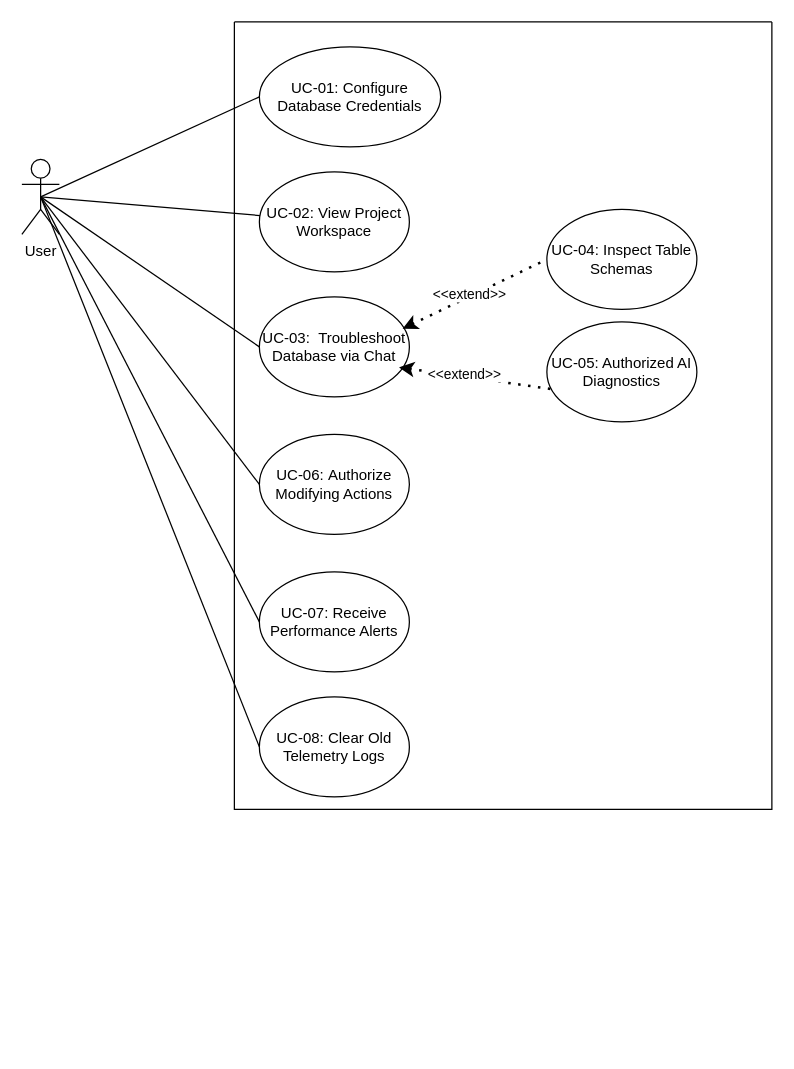
nittsuj/agentic-db-monitor keeps this draw.io diagram as docs/use_case_diagram.dio. Above is the earlier version. Source tidied: cells renumbered, new cells numbered last; positions are measured from the earlier drawing's top-left corner, leaving out a move shared by most shapes. Both pictures are drawn from the tidied source at 125%, with x=0, y=0 at pixel (21, 21).
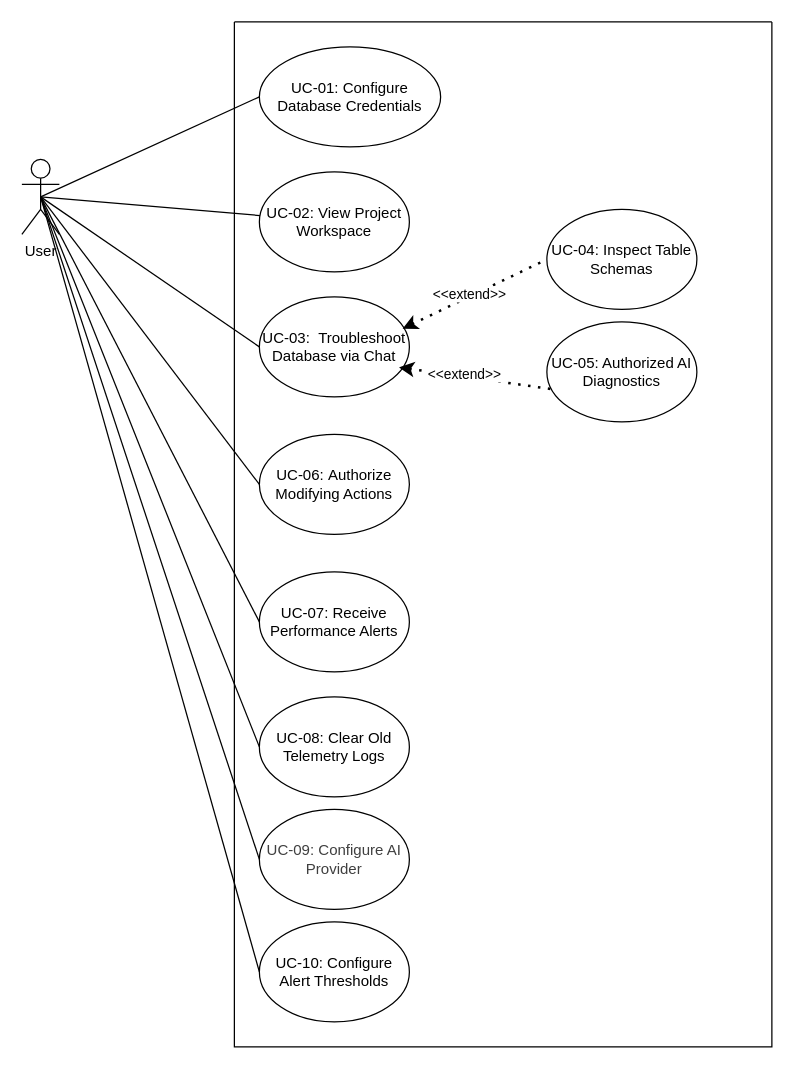
The same page after the edit.

Commit message (it also covers changes not shown here):
feat(docs): user's 9th and 10th feature

The change refers to these unchanged cells:
```xml
<mxCell id="20" value="User" style="shape=umlActor;verticalLabelPosition=bottom;verticalAlign=top;html=1;outlineConnect=0;" parent="1" vertex="1">
  <mxGeometry y="110" width="30" height="60" as="geometry" />
</mxCell>
```

Diff of the diagram source:
```diff
@@
     <mxCell id="2" style="swimlane;startSize=0;" parent="1" vertex="1">
-      <mxGeometry x="170" width="430" height="630" as="geometry" />
+      <mxGeometry x="170" width="430" height="820" as="geometry" />
     </mxCell>
@@
+    <mxCell id="22" value="&lt;span style=&quot;color: rgb(63, 63, 63);&quot;&gt;UC-09: Configure AI Provider&lt;/span&gt;" style="ellipse;whiteSpace=wrap;html=1;shapeInside=1;" parent="2" vertex="1">
+      <mxGeometry x="20" y="630" width="120" height="80" as="geometry" />
+    </mxCell>
+    <mxCell id="23" value="UC-10: Configure Alert Thresholds" style="ellipse;whiteSpace=wrap;html=1;shapeInside=1;" parent="2" vertex="1">
+      <mxGeometry x="20" y="720" width="120" height="80" as="geometry" />
+    </mxCell>
@@
+    <mxCell id="24" style="edgeStyle=none;html=1;exitX=0.5;exitY=0.5;exitDx=0;exitDy=0;exitPerimeter=0;entryX=0;entryY=0.5;entryDx=0;entryDy=0;endArrow=none;endFill=0;" parent="1" edge="1" source="20" target="22">
+      <mxGeometry relative="1" as="geometry" />
+    </mxCell>
+    <mxCell id="25" style="edgeStyle=none;html=1;exitX=0.5;exitY=0.5;exitDx=0;exitDy=0;exitPerimeter=0;entryX=0;entryY=0.5;entryDx=0;entryDy=0;endArrow=none;endFill=0;" parent="1" edge="1" source="20" target="23">
+      <mxGeometry relative="1" as="geometry" />
+    </mxCell>
```
